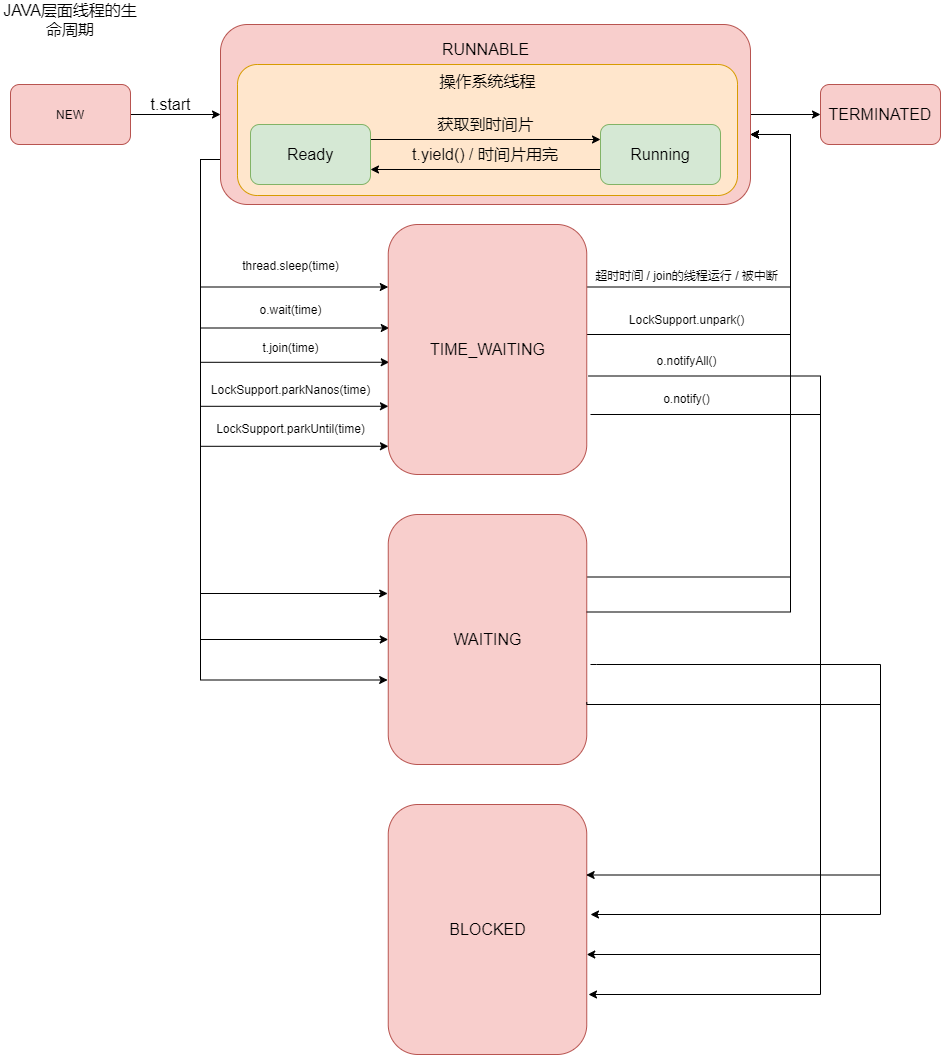
This is 多线程与高并发/java_thread.png from LePeitiPrince/note-picture, a draw.io export, as it was before one commit. Source tidied: cells renumbered, new cells last; positions are measured from the earlier drawing's top-left corner, leaving out a move shared by most shapes.
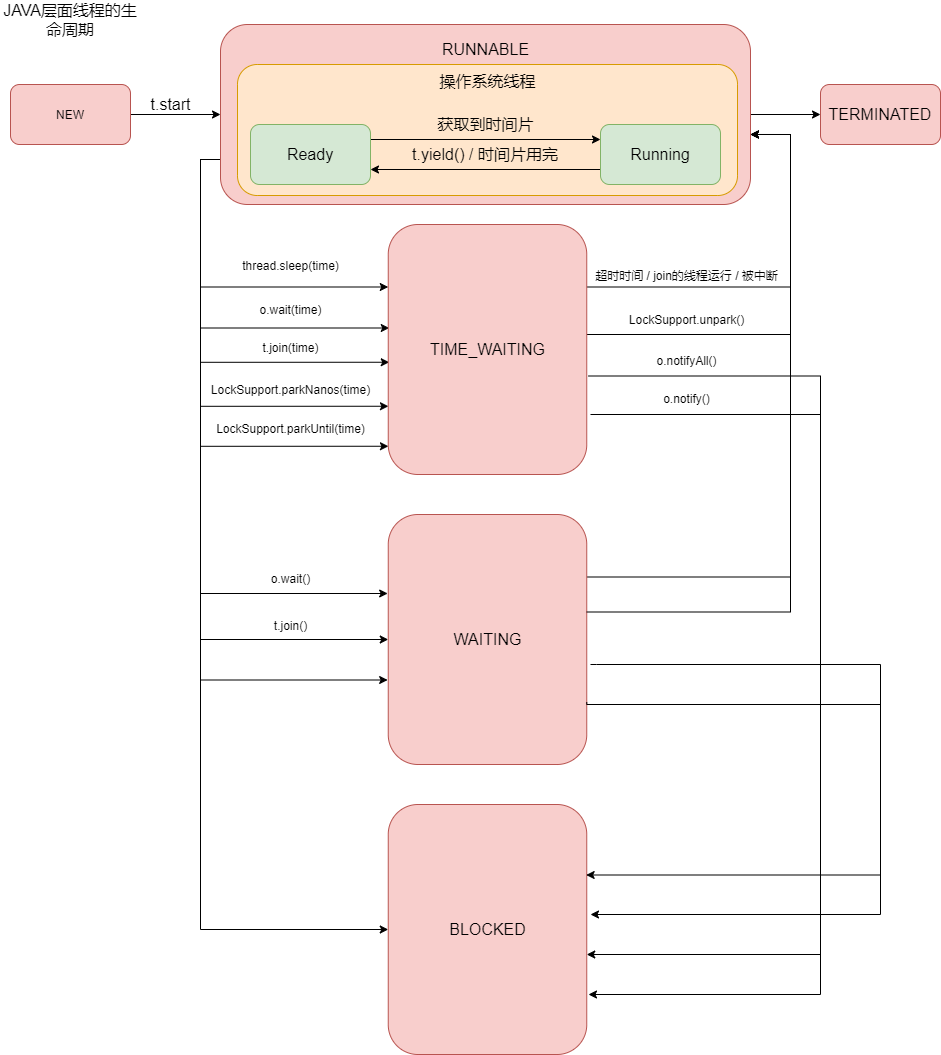
Later version of the same file.

Change to the diagram source:
```diff
@@ -29,6 +29,9 @@
     <mxCell id="10" style="edgeStyle=orthogonalEdgeStyle;rounded=0;jettySize=auto;html=1;exitX=0;exitY=0.75;exitDx=0;exitDy=0;entryX=-0.003;entryY=0.662;entryDx=0;entryDy=0;entryPerimeter=0;fontSize=12;" parent="1" edge="1" source="11" target="39">
       <mxGeometry relative="1" as="geometry" />
     </mxCell>
+    <mxCell id="46" style="edgeStyle=orthogonalEdgeStyle;rounded=0;jettySize=auto;html=1;exitX=0;exitY=0.75;exitDx=0;exitDy=0;entryX=0;entryY=0.5;entryDx=0;entryDy=0;fontSize=12;" parent="1" edge="1" source="11" target="40">
+      <mxGeometry relative="1" as="geometry" />
+    </mxCell>
     <mxCell id="11" style="rounded=1;whiteSpace=wrap;html=1;fontSize=16;fillColor=#f8cecc;strokeColor=#b85450;" parent="1" vertex="1">
       <mxGeometry x="220" y="20" width="530" height="180" as="geometry" />
     </mxCell>
@@ -188,5 +191,11 @@
         </Array>
       </mxGeometry>
     </mxCell>
+    <mxCell id="47" value="&lt;span style=&quot;font-size: 12px&quot;&gt;o.wait()&lt;/span&gt;" style="text;html=1;align=center;verticalAlign=middle;strokeColor=none;fillColor=none;fontSize=16;" parent="1" vertex="1">
+      <mxGeometry x="265" y="563" width="50" height="20" as="geometry" />
+    </mxCell>
+    <mxCell id="48" value="&lt;span style=&quot;font-size: 12px&quot;&gt;t.join()&lt;/span&gt;" style="text;html=1;align=center;verticalAlign=middle;strokeColor=none;fillColor=none;fontSize=16;" parent="1" vertex="1">
+      <mxGeometry x="265" y="610" width="50" height="20" as="geometry" />
+    </mxCell>
   </root>
 </mxGraphModel>
```
